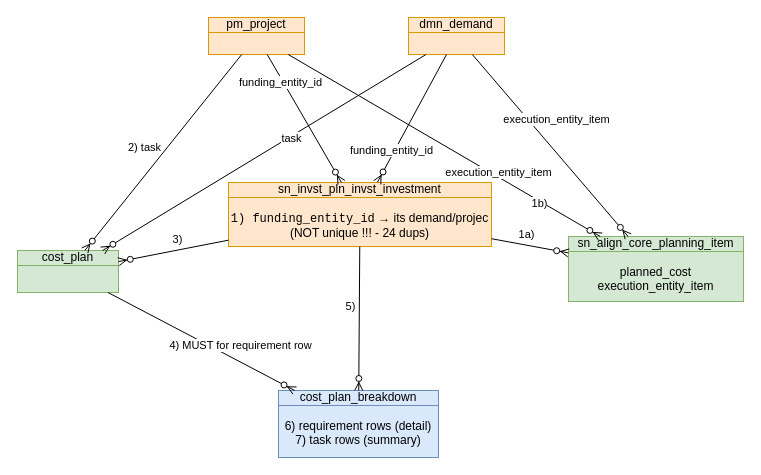
Before: page "investment" (4 of 7) of Wac.drawio in algimas/tmp, a draw.io diagram. Source tidied: cells renumbered, new cells numbered last; positions are measured from the earlier drawing's top-left corner, leaving out a move shared by most shapes. Both pictures are drawn from the tidied source at 100%, with x=0, y=0 at pixel (17, 17).
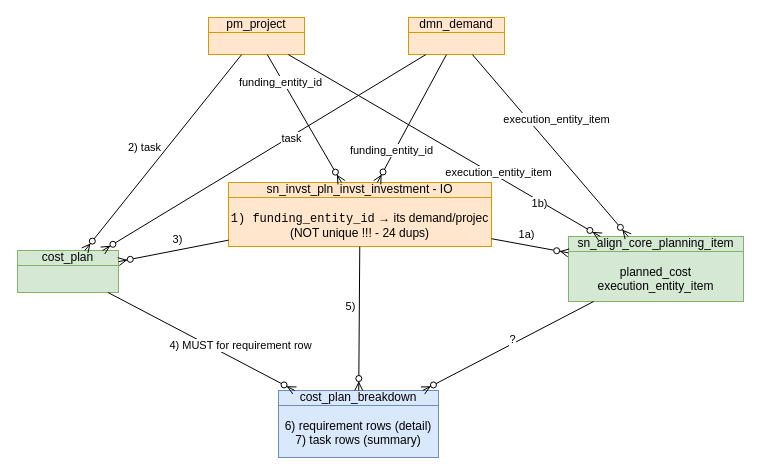
The same page after the edit.

The change refers to these unchanged cells:
```xml
<mxCell id="4" value="cost_plan_breakdown&lt;div&gt;&lt;br&gt;&lt;/div&gt;&lt;div&gt;6) requirement rows (detail)&lt;/div&gt;&lt;div&gt;7) task rows (summary)&lt;/div&gt;" style="html=1;outlineConnect=0;whiteSpace=wrap;fillColor=#dae8fc;shape=mxgraph.archimate3.businessObject;overflow=fill;strokeColor=#6c8ebf;shadow=0;fontStyle=0;fontSize=12;" parent="1" vertex="1">
  <mxGeometry x="261" y="373" width="160" height="67" as="geometry" />
</mxCell>
<mxCell id="12" value="sn_align_core_planning_item&lt;div&gt;&lt;br&gt;&lt;/div&gt;&lt;div&gt;planned_cost&lt;/div&gt;&lt;div&gt;execution_entity_item&lt;/div&gt;" style="html=1;outlineConnect=0;whiteSpace=wrap;fillColor=#d5e8d4;shape=mxgraph.archimate3.businessObject;overflow=fill;strokeColor=#82b366;shadow=0;fontStyle=0;fontSize=12;" parent="1" vertex="1">
  <mxGeometry x="551" y="219" width="175" height="65" as="geometry" />
</mxCell>
```

What changed in the source:
```diff
@@
-    <mxCell id="7" value="sn_invst_pln_invst_investment&lt;div&gt;&lt;br&gt;&lt;/div&gt;&lt;div&gt;&lt;code class=&quot;bg-text-200/5 border border-0.5 border-border-300 text-danger-000 whitespace-pre-wrap rounded-[0.4rem] px-1 py-px text-[0.9rem]&quot;&gt;1) funding_entity_id&lt;/code&gt; → its demand/projec&lt;/div&gt;&lt;div&gt;(NOT unique !!! - 24 dups)&lt;/div&gt;" style="html=1;outlineConnect=0;whiteSpace=wrap;fillColor=#ffe6cc;shape=mxgraph.archimate3.businessObject;overflow=fill;strokeColor=#d79b00;shadow=0;fontStyle=0;fontSize=12;" parent="1" vertex="1">
+    <mxCell id="7" value="sn_invst_pln_invst_investment - IO&lt;div&gt;&lt;br&gt;&lt;/div&gt;&lt;div&gt;&lt;code class=&quot;bg-text-200/5 border border-0.5 border-border-300 text-danger-000 whitespace-pre-wrap rounded-[0.4rem] px-1 py-px text-[0.9rem]&quot;&gt;1) funding_entity_id&lt;/code&gt; → its demand/projec&lt;/div&gt;&lt;div&gt;(NOT unique !!! - 24 dups)&lt;/div&gt;" style="html=1;outlineConnect=0;whiteSpace=wrap;fillColor=#ffe6cc;shape=mxgraph.archimate3.businessObject;overflow=fill;strokeColor=#d79b00;shadow=0;fontStyle=0;fontSize=12;" parent="1" vertex="1">
       <mxGeometry x="211" y="165" width="263" height="64" as="geometry" />
     </mxCell>
@@
+    <mxCell id="29" style="fontSize=12;html=1;endArrow=ERzeroToMany;endFill=1;rounded=0;fontStyle=0;" parent="1" edge="1" source="12" target="4">
+      <mxGeometry relative="1" as="geometry" />
+    </mxCell>
+    <mxCell id="30" value="?" style="edgeLabel;html=1;align=center;verticalAlign=middle;" parent="29" vertex="1">
+      <mxGeometry x="-0.16" y="1" relative="1" as="geometry">
+        <mxPoint x="-10" y="-1" as="offset" />
+      </mxGeometry>
+    </mxCell>
```
